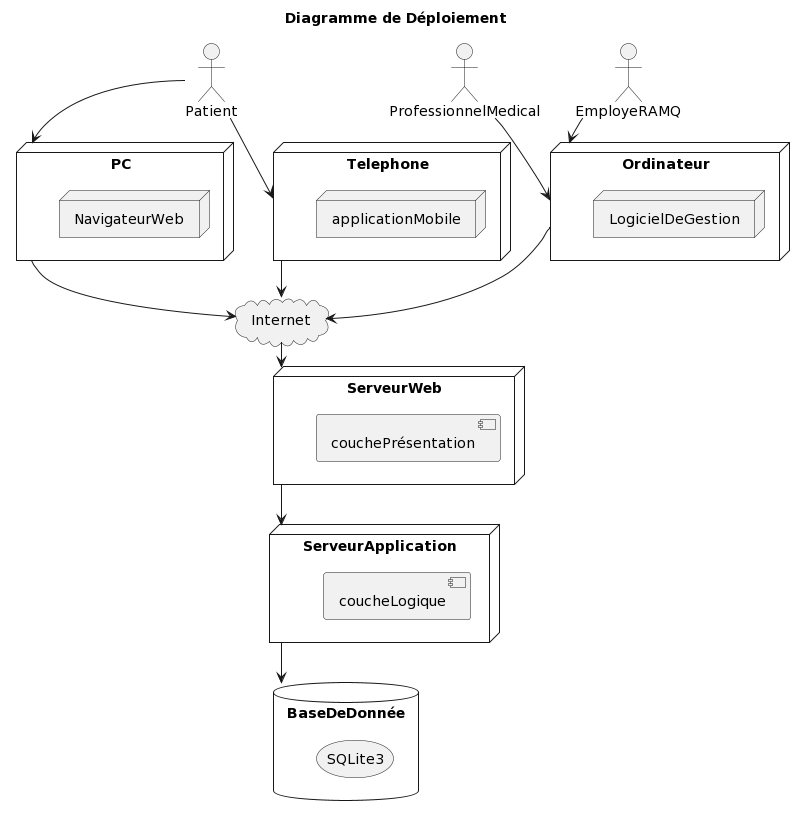
Earlier version of the PlantUML export diagrammes/DEP.png (vbrayuqam/projet-genielog).
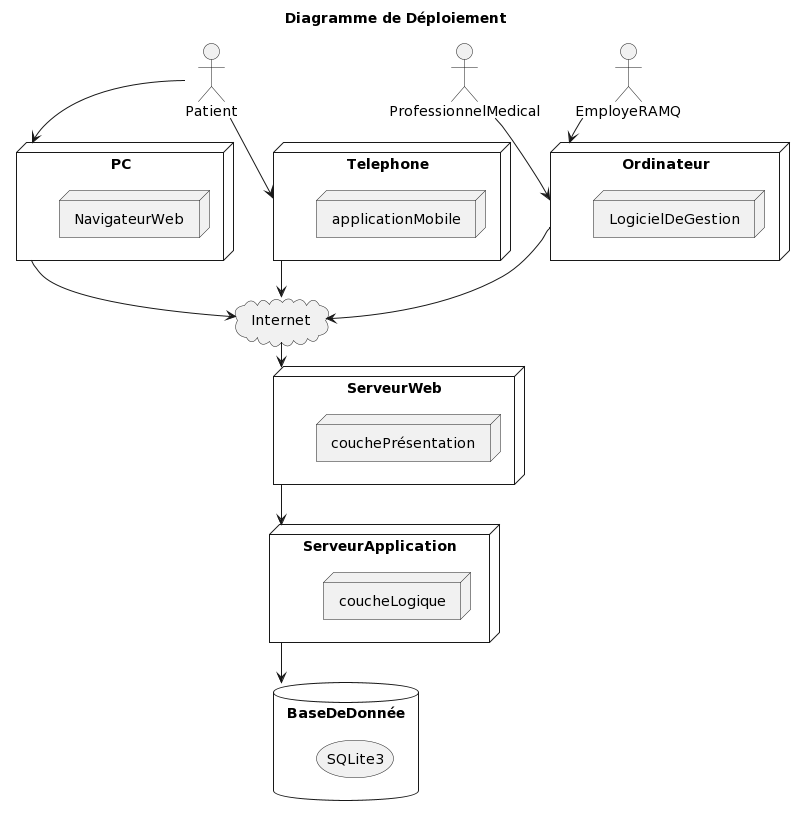
The same diagram one commit later.

Diff of the diagram source:
```diff
@@ -18,11 +18,11 @@
 }
 
 node ServeurWeb {
-    component couchePrésentation
+    node couchePrésentation
 }
 
 node ServeurApplication {
-    component coucheLogique
+    node coucheLogique
 }
 
 database BaseDeDonnée {
```
